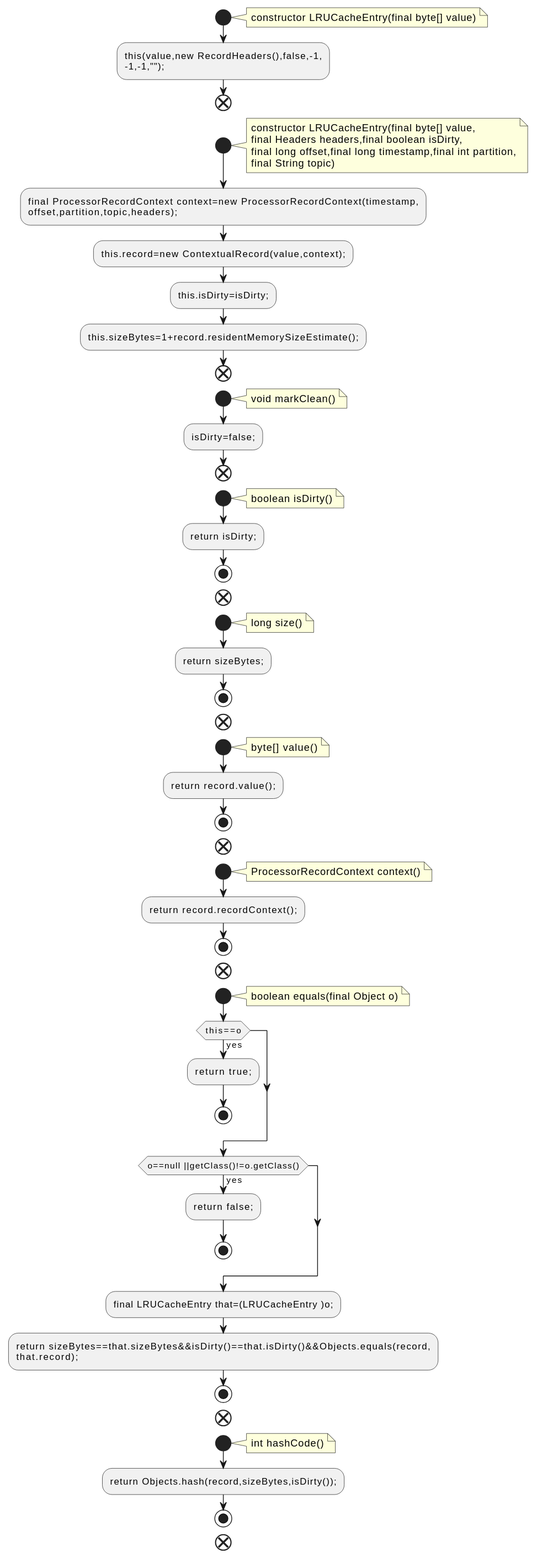
This is docs/qc/streams/src/main/java/org/apache/kafka/streams/state/internals/LRUCacheEntry.java.fct.svg from qualitesys/kafka, a PlantUML export, as it was before one commit.
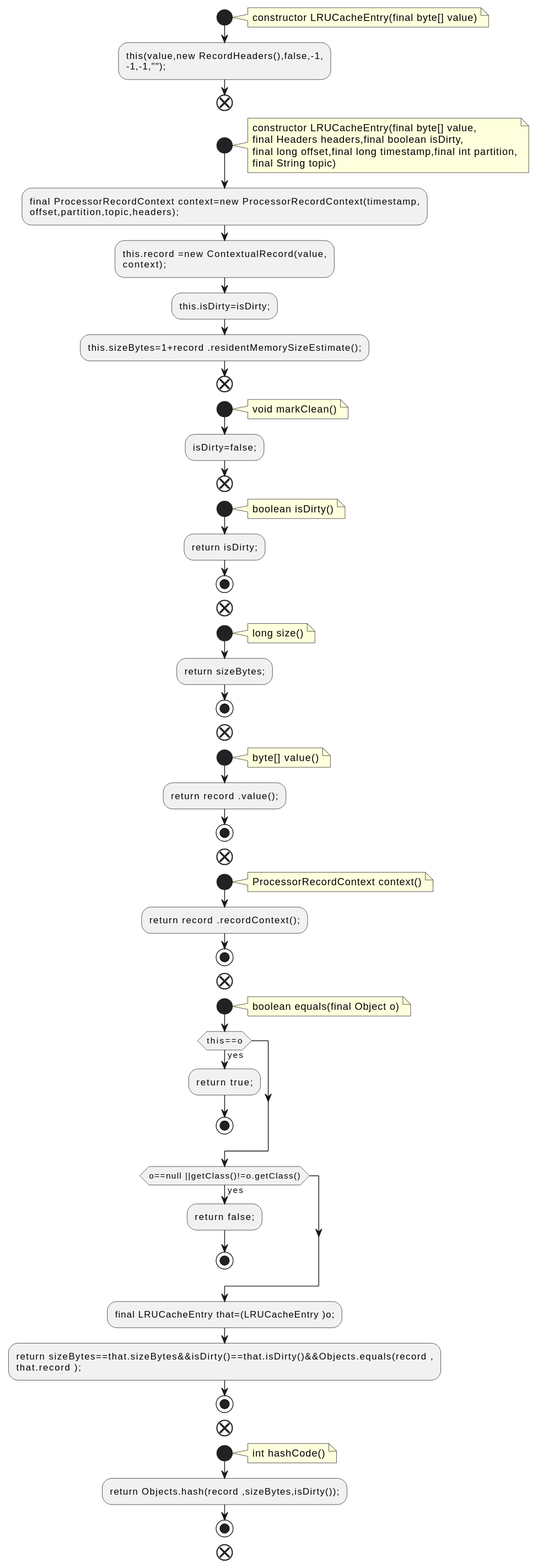
The same file after the commit.

Change to the diagram source:
```diff
@@ -16,9 +16,10 @@
 end note
 :final ProcessorRecordContext context=new ProcessorRecordContext(timestamp,
 offset,partition,topic,headers);;
-:this.record=new ContextualRecord(value,context);;
+:this.record =new ContextualRecord(value,
+context);;
 :this.isDirty=isDirty;;
-:this.sizeBytes=1+record.residentMemorySizeEstimate();;
+:this.sizeBytes=1+record .residentMemorySizeEstimate();;
 end
 start
 note right
@@ -44,14 +45,14 @@
 note right
 byte[] value()
 end note
-:return record.value();;
+:return record .value();;
 stop
 end
 start
 note right
 ProcessorRecordContext context()
 end note
-:return record.recordContext();;
+:return record .recordContext();;
 stop
 end
 start
@@ -67,15 +68,15 @@
 stop
 endif
 :final LRUCacheEntry that=(LRUCacheEntry )o;;
-:return sizeBytes==that.sizeBytes&&isDirty()==that.isDirty()&&Objects.equals(record,
-that.record);;
+:return sizeBytes==that.sizeBytes&&isDirty()==that.isDirty()&&Objects.equals(record ,
+that.record );;
 stop
 end
 start
 note right
 int hashCode()
 end note
-:return Objects.hash(record,sizeBytes,isDirty());;
+:return Objects.hash(record ,sizeBytes,isDirty());;
 stop
 end
 @enduml
```
